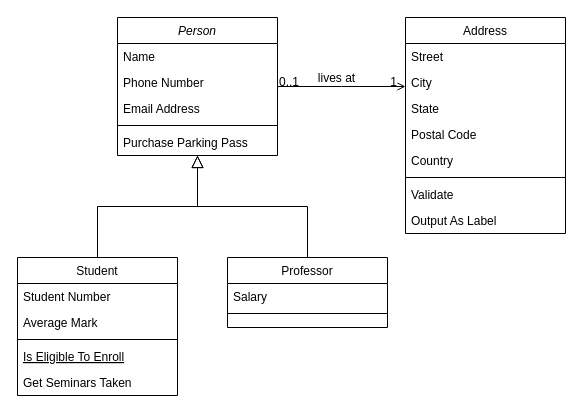
The draw.io diagram Unbenanntes Diagramm.drawio in SueleymanOezel/Denissov_Bertram_Oezel_GDW_WA2223, before the edit. Source tidied: cells renumbered, new cells numbered last; positions are measured from the earlier drawing's top-left corner, leaving out a move shared by most shapes. Both pictures are drawn from the tidied source at 100%, with x=0, y=0 at pixel (17, 17).
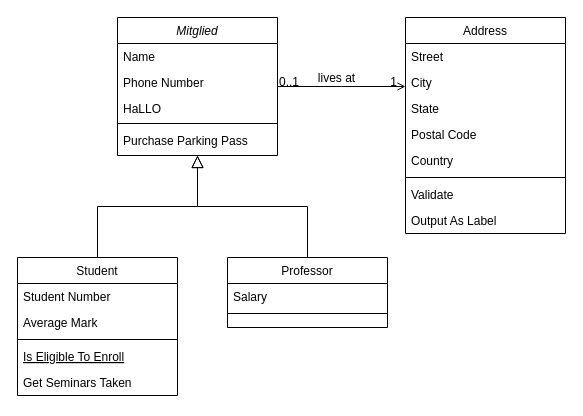
After the change.

Change to the diagram source:
```diff
@@
-    <mxCell id="2" value="Person" style="swimlane;fontStyle=2;align=center;verticalAlign=top;horizontal=1;startSize=26;rounded=0;shadow=0;strokeWidth=1;" parent="1" vertex="1">
+    <mxCell id="2" value="Mitglied" style="swimlane;fontStyle=2;align=center;verticalAlign=top;horizontal=1;startSize=26;rounded=0;shadow=0;strokeWidth=1;" parent="1" vertex="1">
       <mxGeometry x="100" width="160" height="138" as="geometry" />
     </mxCell>
@@
-    <mxCell id="5" value="Email Address" style="text;align=left;verticalAlign=top;spacingLeft=4;spacingRight=4;overflow=hidden;rounded=0;shadow=0;html=0;" parent="2" vertex="1">
-      <mxGeometry y="78" width="160" height="26" as="geometry" />
+    <mxCell id="5" value="HaLLO&#10;" style="text;align=left;verticalAlign=top;spacingLeft=4;spacingRight=4;overflow=hidden;rounded=0;shadow=0;html=0;" parent="2" vertex="1">
+      <mxGeometry y="78" width="160" height="24" as="geometry" />
     </mxCell>
     <mxCell id="6" style="line;html=1;strokeWidth=1;align=left;verticalAlign=middle;spacingTop=-1;spacingLeft=3;spacingRight=3;labelPosition=right;" parent="2" vertex="1">
-      <mxGeometry y="104" width="160" height="8" as="geometry" />
+      <mxGeometry y="102" width="160" height="8" as="geometry" />
     </mxCell>
     <mxCell id="7" value="Purchase Parking Pass" style="text;align=left;verticalAlign=top;spacingLeft=4;spacingRight=4;overflow=hidden;" parent="2" vertex="1">
-      <mxGeometry y="112" width="160" height="26" as="geometry" />
+      <mxGeometry y="110" width="160" height="26" as="geometry" />
     </mxCell>
```
